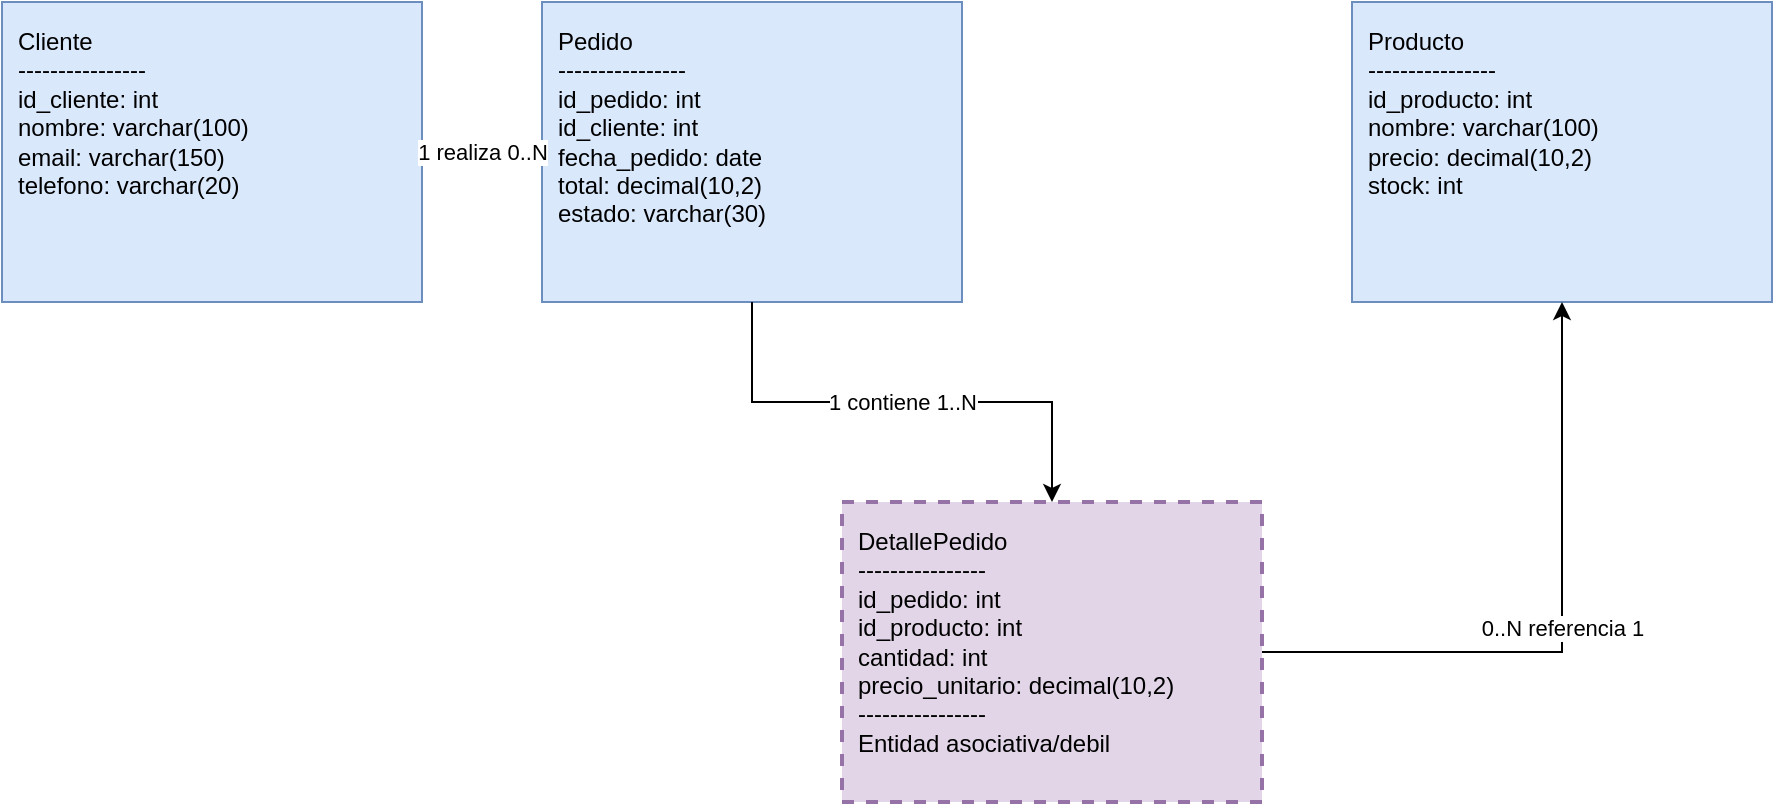
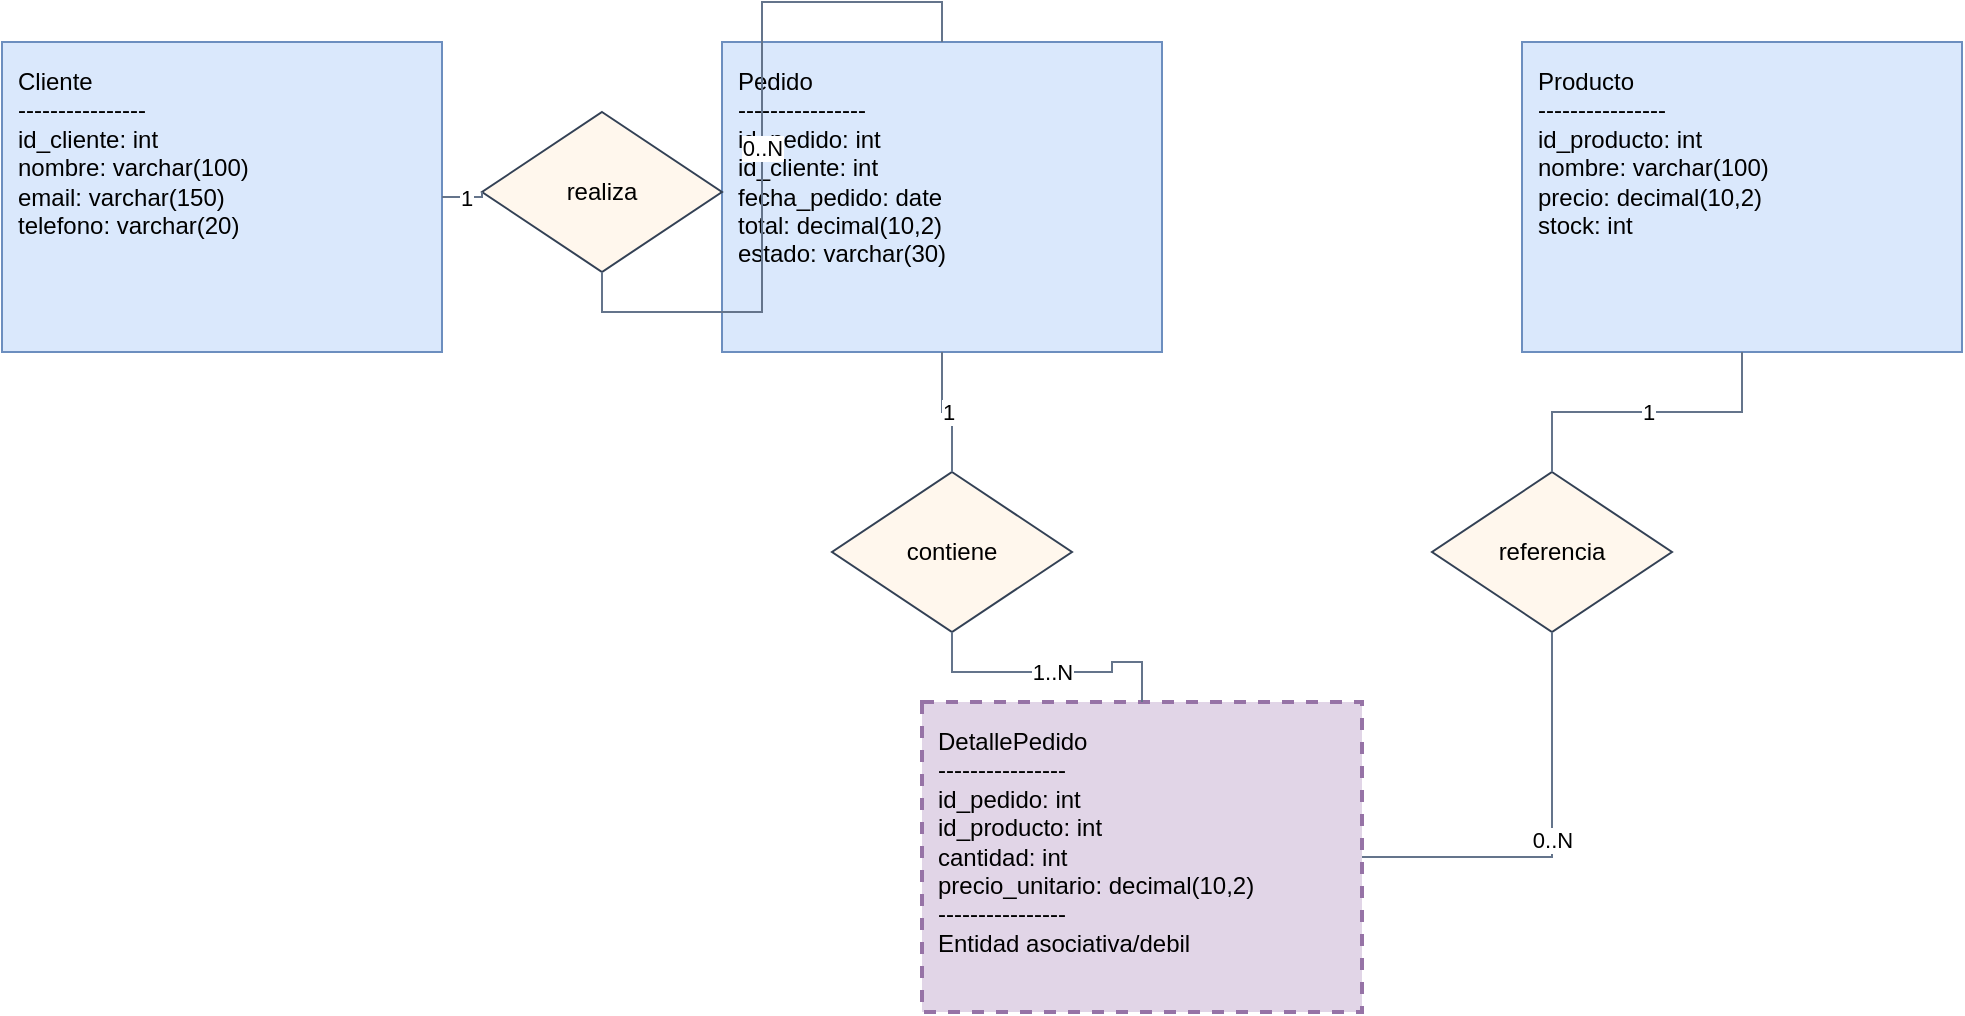
<?xml version='1.0' encoding='utf-8'?>
<mxfile host="app.diagrams.net" agent="drawio-mer-skill" version="24.7.17">
  <diagram id="mere_ejemplo" name="MERE">
-     <mxGraphModel dx="1100" dy="800" grid="1" gridSize="10" guides="1" tooltips="1" connect="1" arrows="1" fold="1" page="1" pageScale="1" pageWidth="1100" pageHeight="850" math="0" shadow="0">
+     <mxGraphModel dx="1200" dy="900" grid="1" gridSize="10" guides="1" tooltips="1" connect="1" arrows="1" fold="1" page="1" pageScale="1" pageWidth="1100" pageHeight="850" math="0" shadow="0">
      <root>
        <mxCell id="0" />
        <mxCell id="1" parent="0" />
        <mxCell id="entity_cliente" value="Cliente&lt;br&gt;----------------&lt;br&gt;id_cliente: int&lt;br&gt;nombre: varchar(100)&lt;br&gt;email: varchar(150)&lt;br&gt;telefono: varchar(20)" style="rounded=0;whiteSpace=wrap;html=1;align=left;verticalAlign=top;spacing=8;fontSize=12;strokeColor=#6c8ebf;fillColor=#dae8fc;" vertex="1" parent="1">
-           <mxGeometry x="80" y="110" width="210" height="150" as="geometry" />
+           <mxGeometry x="60" y="90" width="220" height="155" as="geometry" />
        </mxCell>
        <mxCell id="entity_pedido" value="Pedido&lt;br&gt;----------------&lt;br&gt;id_pedido: int&lt;br&gt;id_cliente: int&lt;br&gt;fecha_pedido: date&lt;br&gt;total: decimal(10,2)&lt;br&gt;estado: varchar(30)" style="rounded=0;whiteSpace=wrap;html=1;align=left;verticalAlign=top;spacing=8;fontSize=12;strokeColor=#6c8ebf;fillColor=#dae8fc;" vertex="1" parent="1">
-           <mxGeometry x="350" y="110" width="210" height="150" as="geometry" />
+           <mxGeometry x="420" y="90" width="220" height="155" as="geometry" />
        </mxCell>
        <mxCell id="entity_producto" value="Producto&lt;br&gt;----------------&lt;br&gt;id_producto: int&lt;br&gt;nombre: varchar(100)&lt;br&gt;precio: decimal(10,2)&lt;br&gt;stock: int" style="rounded=0;whiteSpace=wrap;html=1;align=left;verticalAlign=top;spacing=8;fontSize=12;strokeColor=#6c8ebf;fillColor=#dae8fc;" vertex="1" parent="1">
-           <mxGeometry x="755" y="110" width="210" height="150" as="geometry" />
+           <mxGeometry x="820" y="90" width="220" height="155" as="geometry" />
        </mxCell>
        <mxCell id="entity_detalle_pedido" value="DetallePedido&lt;br&gt;----------------&lt;br&gt;id_pedido: int&lt;br&gt;id_producto: int&lt;br&gt;cantidad: int&lt;br&gt;precio_unitario: decimal(10,2)&lt;br&gt;----------------&lt;br&gt;Entidad asociativa/debil" style="rounded=0;whiteSpace=wrap;html=1;align=left;verticalAlign=top;spacing=8;fontSize=12;strokeColor=#9673a6;fillColor=#e1d5e7;strokeWidth=2;dashed=1;" vertex="1" parent="1">
-           <mxGeometry x="500" y="360" width="210" height="150" as="geometry" />
+           <mxGeometry x="520" y="420" width="220" height="155" as="geometry" />
        </mxCell>
-         <mxCell id="edge_cliente_pedido" value="1 realiza 0..N" style="edgeStyle=orthogonalEdgeStyle;rounded=0;orthogonalLoop=1;jettySize=auto;html=1;" edge="1" parent="1" source="entity_cliente" target="entity_pedido">
+         <mxCell id="rel_realiza" value="realiza" style="rhombus;whiteSpace=wrap;html=1;align=center;verticalAlign=middle;fontSize=12;strokeColor=#334155;fillColor=#fff7ed;" vertex="1" parent="1">
+           <mxGeometry x="300" y="125" width="120" height="80" as="geometry" />
+         </mxCell>
+         <mxCell id="rel_contiene" value="contiene" style="rhombus;whiteSpace=wrap;html=1;align=center;verticalAlign=middle;fontSize=12;strokeColor=#334155;fillColor=#fff7ed;" vertex="1" parent="1">
+           <mxGeometry x="475" y="305" width="120" height="80" as="geometry" />
+         </mxCell>
+         <mxCell id="rel_referencia" value="referencia" style="rhombus;whiteSpace=wrap;html=1;align=center;verticalAlign=middle;fontSize=12;strokeColor=#334155;fillColor=#fff7ed;" vertex="1" parent="1">
+           <mxGeometry x="775" y="305" width="120" height="80" as="geometry" />
+         </mxCell>
+         <mxCell id="edge_cliente_realiza" value="1" style="edgeStyle=orthogonalEdgeStyle;rounded=0;orthogonalLoop=1;jettySize=auto;html=1;endArrow=none;endFill=0;strokeColor=#64748b;fontSize=11;" edge="1" parent="1" source="entity_cliente" target="rel_realiza">
          <mxGeometry relative="1" as="geometry" />
        </mxCell>
-         <mxCell id="edge_pedido_detalle" value="1 contiene 1..N" style="edgeStyle=orthogonalEdgeStyle;rounded=0;orthogonalLoop=1;jettySize=auto;html=1;" edge="1" parent="1" source="entity_pedido" target="entity_detalle_pedido">
+         <mxCell id="edge_realiza_pedido" value="0..N" style="edgeStyle=orthogonalEdgeStyle;rounded=0;orthogonalLoop=1;jettySize=auto;html=1;endArrow=none;endFill=0;strokeColor=#64748b;fontSize=11;" edge="1" parent="1" source="rel_realiza" target="entity_pedido">
          <mxGeometry relative="1" as="geometry" />
        </mxCell>
-         <mxCell id="edge_detalle_producto" value="0..N referencia 1" style="edgeStyle=orthogonalEdgeStyle;rounded=0;orthogonalLoop=1;jettySize=auto;html=1;" edge="1" parent="1" source="entity_detalle_pedido" target="entity_producto">
+         <mxCell id="edge_pedido_contiene" value="1" style="edgeStyle=orthogonalEdgeStyle;rounded=0;orthogonalLoop=1;jettySize=auto;html=1;endArrow=none;endFill=0;strokeColor=#64748b;fontSize=11;" edge="1" parent="1" source="entity_pedido" target="rel_contiene">
+           <mxGeometry relative="1" as="geometry" />
+         </mxCell>
+         <mxCell id="edge_contiene_detalle" value="1..N" style="edgeStyle=orthogonalEdgeStyle;rounded=0;orthogonalLoop=1;jettySize=auto;html=1;endArrow=none;endFill=0;strokeColor=#64748b;fontSize=11;" edge="1" parent="1" source="rel_contiene" target="entity_detalle_pedido">
+           <mxGeometry relative="1" as="geometry" />
+         </mxCell>
+         <mxCell id="edge_detalle_referencia" value="0..N" style="edgeStyle=orthogonalEdgeStyle;rounded=0;orthogonalLoop=1;jettySize=auto;html=1;endArrow=none;endFill=0;strokeColor=#64748b;fontSize=11;" edge="1" parent="1" source="entity_detalle_pedido" target="rel_referencia">
+           <mxGeometry relative="1" as="geometry" />
+         </mxCell>
+         <mxCell id="edge_referencia_producto" value="1" style="edgeStyle=orthogonalEdgeStyle;rounded=0;orthogonalLoop=1;jettySize=auto;html=1;endArrow=none;endFill=0;strokeColor=#64748b;fontSize=11;" edge="1" parent="1" source="rel_referencia" target="entity_producto">
          <mxGeometry relative="1" as="geometry" />
        </mxCell>
      </root>
    </mxGraphModel>
  </diagram>
</mxfile>